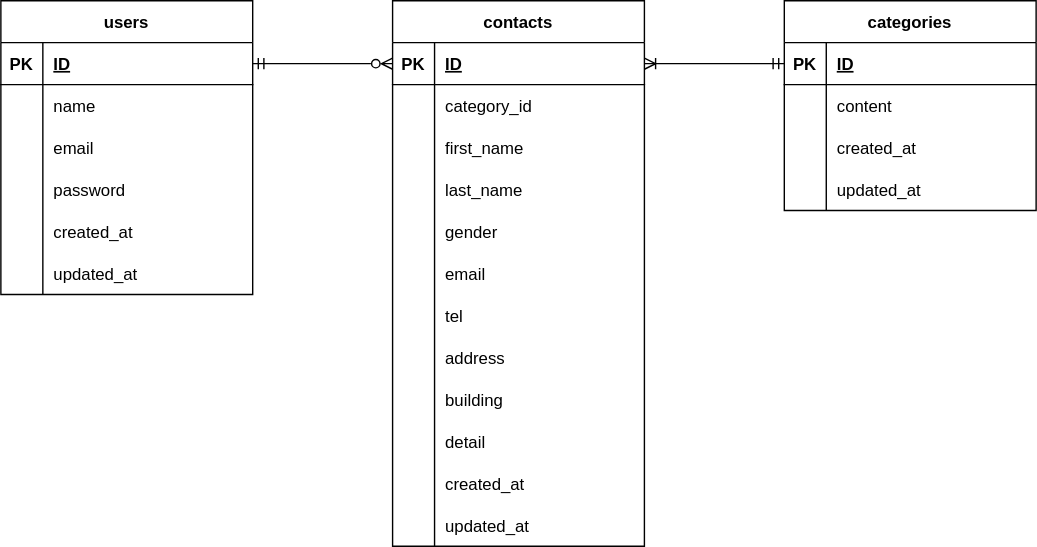
Earlier version of the draw.io export test.drawio.svg (ghshzk/confirmation-test). Source tidied: cells renumbered, new cells last; positions are measured from the earlier drawing's top-left corner, leaving out a move shared by most shapes.
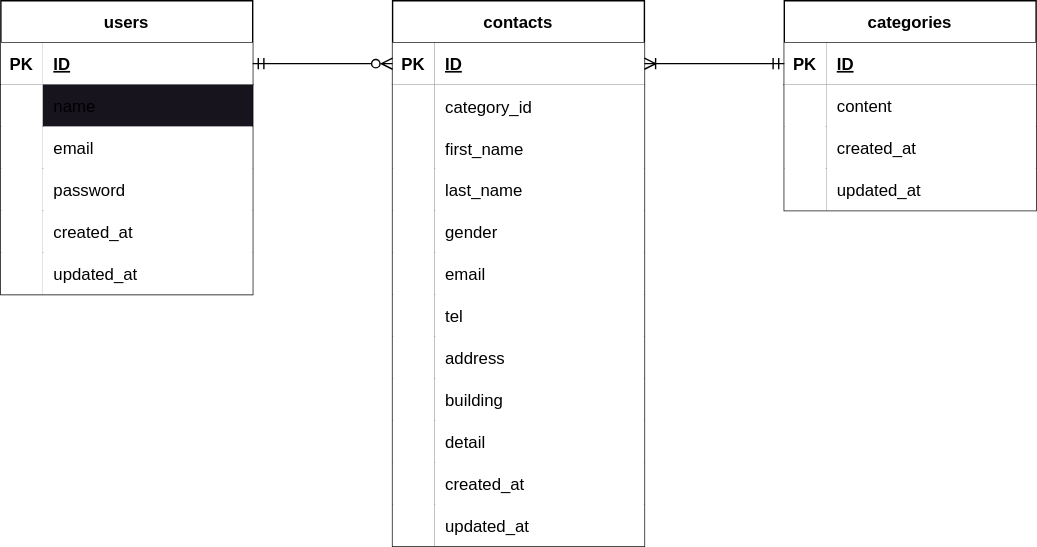
Above is the later version.

Change to the diagram source:
```diff
@@ -8,109 +8,109 @@
     <mxCell id="3" style="shape=tableRow;horizontal=0;startSize=0;swimlaneHead=0;swimlaneBody=0;fillColor=none;points=[[0,0.5],[1,0.5]];portConstraint=eastwest;top=0;left=0;right=0;bottom=1;" parent="2" vertex="1">
       <mxGeometry y="30" width="180" height="30" as="geometry" />
     </mxCell>
-    <mxCell id="4" value="PK" style="shape=partialRectangle;fillColor=none;top=0;left=0;bottom=0;right=0;fontStyle=1;overflow=hidden;" parent="3" vertex="1">
+    <mxCell id="4" value="PK" style="shape=partialRectangle;top=0;left=0;bottom=0;right=0;fontStyle=1;overflow=hidden;" parent="3" vertex="1">
       <mxGeometry width="30" height="30" as="geometry" />
     </mxCell>
-    <mxCell id="5" value="ID" style="shape=partialRectangle;fillColor=none;top=0;left=0;bottom=0;right=0;align=left;spacingLeft=6;fontStyle=5;overflow=hidden;" parent="3" vertex="1">
+    <mxCell id="5" value="ID" style="shape=partialRectangle;top=0;left=0;bottom=0;right=0;align=left;spacingLeft=6;fontStyle=5;overflow=hidden;" parent="3" vertex="1">
       <mxGeometry x="30" width="150" height="30" as="geometry" />
     </mxCell>
     <mxCell id="6" style="shape=tableRow;horizontal=0;startSize=0;swimlaneHead=0;swimlaneBody=0;fillColor=none;top=0;left=0;right=0;bottom=0;" parent="2" vertex="1">
-      <mxGeometry y="60" width="180" height="30" as="geometry" />
+      <mxGeometry y="60" width="180" height="31" as="geometry" />
     </mxCell>
-    <mxCell id="7" style="shape=partialRectangle;fillColor=none;top=0;left=0;bottom=0;right=0;overflow=hidden;" parent="6" vertex="1">
-      <mxGeometry width="30" height="30" as="geometry" />
+    <mxCell id="7" style="shape=partialRectangle;top=0;left=0;bottom=0;right=0;overflow=hidden;" parent="6" vertex="1">
+      <mxGeometry width="30" height="31" as="geometry" />
     </mxCell>
-    <mxCell id="8" value="category_id" style="shape=partialRectangle;fillColor=none;top=0;left=0;bottom=0;right=0;align=left;spacingLeft=6;overflow=hidden;" parent="6" vertex="1">
-      <mxGeometry x="30" width="150" height="30" as="geometry" />
+    <mxCell id="8" value="category_id" style="shape=partialRectangle;top=0;left=0;bottom=0;right=0;align=left;spacingLeft=6;overflow=hidden;" parent="6" vertex="1">
+      <mxGeometry x="30" width="150" height="31" as="geometry" />
     </mxCell>
     <mxCell id="9" style="shape=tableRow;horizontal=0;startSize=0;swimlaneHead=0;swimlaneBody=0;fillColor=none;top=0;left=0;right=0;bottom=0;" parent="2" vertex="1">
-      <mxGeometry y="90" width="180" height="30" as="geometry" />
+      <mxGeometry y="91" width="180" height="29" as="geometry" />
     </mxCell>
-    <mxCell id="10" style="shape=partialRectangle;fillColor=none;top=0;left=0;bottom=0;right=0;overflow=hidden;" parent="9" vertex="1">
-      <mxGeometry width="30" height="30" as="geometry" />
+    <mxCell id="10" style="shape=partialRectangle;top=0;left=0;bottom=0;right=0;overflow=hidden;" parent="9" vertex="1">
+      <mxGeometry width="30" height="29" as="geometry" />
     </mxCell>
-    <mxCell id="11" value="first_name" style="shape=partialRectangle;fillColor=none;top=0;left=0;bottom=0;right=0;align=left;spacingLeft=6;overflow=hidden;" parent="9" vertex="1">
-      <mxGeometry x="30" width="150" height="30" as="geometry" />
+    <mxCell id="11" value="first_name" style="shape=partialRectangle;top=0;left=0;bottom=0;right=0;align=left;spacingLeft=6;overflow=hidden;" parent="9" vertex="1">
+      <mxGeometry x="30" width="150" height="29" as="geometry" />
     </mxCell>
     <mxCell id="12" style="shape=tableRow;horizontal=0;startSize=0;swimlaneHead=0;swimlaneBody=0;fillColor=none;top=0;left=0;right=0;bottom=0;" parent="2" vertex="1">
       <mxGeometry y="120" width="180" height="30" as="geometry" />
     </mxCell>
-    <mxCell id="13" style="shape=partialRectangle;fillColor=none;top=0;left=0;bottom=0;right=0;overflow=hidden;" parent="12" vertex="1">
+    <mxCell id="13" style="shape=partialRectangle;top=0;left=0;bottom=0;right=0;overflow=hidden;" parent="12" vertex="1">
       <mxGeometry width="30" height="30" as="geometry" />
     </mxCell>
-    <mxCell id="14" value="last_name" style="shape=partialRectangle;fillColor=none;top=0;left=0;bottom=0;right=0;align=left;spacingLeft=6;overflow=hidden;" parent="12" vertex="1">
+    <mxCell id="14" value="last_name" style="shape=partialRectangle;top=0;left=0;bottom=0;right=0;align=left;spacingLeft=6;overflow=hidden;" parent="12" vertex="1">
       <mxGeometry x="30" width="150" height="30" as="geometry" />
     </mxCell>
     <mxCell id="15" style="shape=tableRow;horizontal=0;startSize=0;swimlaneHead=0;swimlaneBody=0;fillColor=none;top=0;left=0;right=0;bottom=0;" parent="2" vertex="1">
       <mxGeometry y="150" width="180" height="30" as="geometry" />
     </mxCell>
-    <mxCell id="16" style="shape=partialRectangle;fillColor=none;top=0;left=0;bottom=0;right=0;overflow=hidden;" parent="15" vertex="1">
+    <mxCell id="16" style="shape=partialRectangle;top=0;left=0;bottom=0;right=0;overflow=hidden;" parent="15" vertex="1">
       <mxGeometry width="30" height="30" as="geometry" />
     </mxCell>
-    <mxCell id="17" value="gender" style="shape=partialRectangle;fillColor=none;top=0;left=0;bottom=0;right=0;align=left;spacingLeft=6;overflow=hidden;" parent="15" vertex="1">
+    <mxCell id="17" value="gender" style="shape=partialRectangle;top=0;left=0;bottom=0;right=0;align=left;spacingLeft=6;overflow=hidden;" parent="15" vertex="1">
       <mxGeometry x="30" width="150" height="30" as="geometry" />
     </mxCell>
     <mxCell id="18" style="shape=tableRow;horizontal=0;startSize=0;swimlaneHead=0;swimlaneBody=0;fillColor=none;top=0;left=0;right=0;bottom=0;" parent="2" vertex="1">
       <mxGeometry y="180" width="180" height="30" as="geometry" />
     </mxCell>
-    <mxCell id="19" style="shape=partialRectangle;fillColor=none;top=0;left=0;bottom=0;right=0;overflow=hidden;" parent="18" vertex="1">
+    <mxCell id="19" style="shape=partialRectangle;top=0;left=0;bottom=0;right=0;overflow=hidden;" parent="18" vertex="1">
       <mxGeometry width="30" height="30" as="geometry" />
     </mxCell>
-    <mxCell id="20" value="email" style="shape=partialRectangle;fillColor=none;top=0;left=0;bottom=0;right=0;align=left;spacingLeft=6;overflow=hidden;" parent="18" vertex="1">
+    <mxCell id="20" value="email" style="shape=partialRectangle;top=0;left=0;bottom=0;right=0;align=left;spacingLeft=6;overflow=hidden;" parent="18" vertex="1">
       <mxGeometry x="30" width="150" height="30" as="geometry" />
     </mxCell>
     <mxCell id="21" style="shape=tableRow;horizontal=0;startSize=0;swimlaneHead=0;swimlaneBody=0;fillColor=none;top=0;left=0;right=0;bottom=0;" parent="2" vertex="1">
       <mxGeometry y="210" width="180" height="30" as="geometry" />
     </mxCell>
-    <mxCell id="22" style="shape=partialRectangle;fillColor=none;top=0;left=0;bottom=0;right=0;overflow=hidden;" parent="21" vertex="1">
+    <mxCell id="22" style="shape=partialRectangle;top=0;left=0;bottom=0;right=0;overflow=hidden;" parent="21" vertex="1">
       <mxGeometry width="30" height="30" as="geometry" />
     </mxCell>
-    <mxCell id="23" value="tel" style="shape=partialRectangle;fillColor=none;top=0;left=0;bottom=0;right=0;align=left;spacingLeft=6;overflow=hidden;" parent="21" vertex="1">
+    <mxCell id="23" value="tel" style="shape=partialRectangle;top=0;left=0;bottom=0;right=0;align=left;spacingLeft=6;overflow=hidden;" parent="21" vertex="1">
       <mxGeometry x="30" width="150" height="30" as="geometry" />
     </mxCell>
     <mxCell id="24" style="shape=tableRow;horizontal=0;startSize=0;swimlaneHead=0;swimlaneBody=0;fillColor=none;top=0;left=0;right=0;bottom=0;" parent="2" vertex="1">
       <mxGeometry y="240" width="180" height="30" as="geometry" />
     </mxCell>
-    <mxCell id="25" style="shape=partialRectangle;fillColor=none;top=0;left=0;bottom=0;right=0;overflow=hidden;" parent="24" vertex="1">
+    <mxCell id="25" style="shape=partialRectangle;top=0;left=0;bottom=0;right=0;overflow=hidden;" parent="24" vertex="1">
       <mxGeometry width="30" height="30" as="geometry" />
     </mxCell>
-    <mxCell id="26" value="address" style="shape=partialRectangle;fillColor=none;top=0;left=0;bottom=0;right=0;align=left;spacingLeft=6;overflow=hidden;" parent="24" vertex="1">
+    <mxCell id="26" value="address" style="shape=partialRectangle;top=0;left=0;bottom=0;right=0;align=left;spacingLeft=6;overflow=hidden;" parent="24" vertex="1">
       <mxGeometry x="30" width="150" height="30" as="geometry" />
     </mxCell>
     <mxCell id="27" style="shape=tableRow;horizontal=0;startSize=0;swimlaneHead=0;swimlaneBody=0;fillColor=none;top=0;left=0;right=0;bottom=0;" parent="2" vertex="1">
       <mxGeometry y="270" width="180" height="30" as="geometry" />
     </mxCell>
-    <mxCell id="28" style="shape=partialRectangle;fillColor=none;top=0;left=0;bottom=0;right=0;overflow=hidden;" parent="27" vertex="1">
+    <mxCell id="28" style="shape=partialRectangle;top=0;left=0;bottom=0;right=0;overflow=hidden;" parent="27" vertex="1">
       <mxGeometry width="30" height="30" as="geometry" />
     </mxCell>
-    <mxCell id="29" value="building" style="shape=partialRectangle;fillColor=none;top=0;left=0;bottom=0;right=0;align=left;spacingLeft=6;overflow=hidden;" parent="27" vertex="1">
+    <mxCell id="29" value="building" style="shape=partialRectangle;top=0;left=0;bottom=0;right=0;align=left;spacingLeft=6;overflow=hidden;" parent="27" vertex="1">
       <mxGeometry x="30" width="150" height="30" as="geometry" />
     </mxCell>
     <mxCell id="30" style="shape=tableRow;horizontal=0;startSize=0;swimlaneHead=0;swimlaneBody=0;fillColor=none;top=0;left=0;right=0;bottom=0;" parent="2" vertex="1">
       <mxGeometry y="300" width="180" height="30" as="geometry" />
     </mxCell>
-    <mxCell id="31" style="shape=partialRectangle;fillColor=none;top=0;left=0;bottom=0;right=0;overflow=hidden;" parent="30" vertex="1">
+    <mxCell id="31" style="shape=partialRectangle;top=0;left=0;bottom=0;right=0;overflow=hidden;" parent="30" vertex="1">
       <mxGeometry width="30" height="30" as="geometry" />
     </mxCell>
-    <mxCell id="32" value="detail" style="shape=partialRectangle;fillColor=none;top=0;left=0;bottom=0;right=0;align=left;spacingLeft=6;overflow=hidden;" parent="30" vertex="1">
+    <mxCell id="32" value="detail" style="shape=partialRectangle;top=0;left=0;bottom=0;right=0;align=left;spacingLeft=6;overflow=hidden;" parent="30" vertex="1">
       <mxGeometry x="30" width="150" height="30" as="geometry" />
     </mxCell>
     <mxCell id="33" style="shape=tableRow;horizontal=0;startSize=0;swimlaneHead=0;swimlaneBody=0;fillColor=none;top=0;left=0;right=0;bottom=0;" parent="2" vertex="1">
       <mxGeometry y="330" width="180" height="30" as="geometry" />
     </mxCell>
-    <mxCell id="34" style="shape=partialRectangle;fillColor=none;top=0;left=0;bottom=0;right=0;overflow=hidden;" parent="33" vertex="1">
+    <mxCell id="34" style="shape=partialRectangle;top=0;left=0;bottom=0;right=0;overflow=hidden;" parent="33" vertex="1">
       <mxGeometry width="30" height="30" as="geometry" />
     </mxCell>
-    <mxCell id="35" value="created_at" style="shape=partialRectangle;fillColor=none;top=0;left=0;bottom=0;right=0;align=left;spacingLeft=6;overflow=hidden;" parent="33" vertex="1">
+    <mxCell id="35" value="created_at" style="shape=partialRectangle;top=0;left=0;bottom=0;right=0;align=left;spacingLeft=6;overflow=hidden;" parent="33" vertex="1">
       <mxGeometry x="30" width="150" height="30" as="geometry" />
     </mxCell>
     <mxCell id="36" style="shape=tableRow;horizontal=0;startSize=0;swimlaneHead=0;swimlaneBody=0;fillColor=none;top=0;left=0;right=0;bottom=0;" parent="2" vertex="1">
       <mxGeometry y="360" width="180" height="30" as="geometry" />
     </mxCell>
-    <mxCell id="37" style="shape=partialRectangle;fillColor=none;top=0;left=0;bottom=0;right=0;overflow=hidden;" parent="36" vertex="1">
+    <mxCell id="37" style="shape=partialRectangle;top=0;left=0;bottom=0;right=0;overflow=hidden;" parent="36" vertex="1">
       <mxGeometry width="30" height="30" as="geometry" />
     </mxCell>
-    <mxCell id="38" value="updated_at" style="shape=partialRectangle;fillColor=none;top=0;left=0;bottom=0;right=0;align=left;spacingLeft=6;overflow=hidden;" parent="36" vertex="1">
+    <mxCell id="38" value="updated_at" style="shape=partialRectangle;top=0;left=0;bottom=0;right=0;align=left;spacingLeft=6;overflow=hidden;" parent="36" vertex="1">
       <mxGeometry x="30" width="150" height="30" as="geometry" />
     </mxCell>
     <mxCell id="39" value="users" style="shape=table;startSize=30;rowLines=0;fontStyle=1;align=center;" parent="1" vertex="1">
@@ -119,55 +119,55 @@
     <mxCell id="40" style="shape=tableRow;horizontal=0;startSize=0;swimlaneHead=0;swimlaneBody=0;fillColor=none;points=[[0,0.5],[1,0.5]];portConstraint=eastwest;top=0;left=0;right=0;bottom=1;" parent="39" vertex="1">
       <mxGeometry y="30" width="180" height="30" as="geometry" />
     </mxCell>
-    <mxCell id="41" value="PK" style="shape=partialRectangle;fillColor=none;top=0;left=0;bottom=0;right=0;fontStyle=1;overflow=hidden;" parent="40" vertex="1">
+    <mxCell id="41" value="PK" style="shape=partialRectangle;top=0;left=0;bottom=0;right=0;fontStyle=1;overflow=hidden;" parent="40" vertex="1">
       <mxGeometry width="30" height="30" as="geometry" />
     </mxCell>
-    <mxCell id="42" value="ID" style="shape=partialRectangle;fillColor=none;top=0;left=0;bottom=0;right=0;align=left;spacingLeft=6;fontStyle=5;overflow=hidden;" parent="40" vertex="1">
+    <mxCell id="42" value="ID" style="shape=partialRectangle;top=0;left=0;bottom=0;right=0;align=left;spacingLeft=6;fontStyle=5;overflow=hidden;" parent="40" vertex="1">
       <mxGeometry x="30" width="150" height="30" as="geometry" />
     </mxCell>
     <mxCell id="43" style="shape=tableRow;horizontal=0;startSize=0;swimlaneHead=0;swimlaneBody=0;fillColor=none;top=0;left=0;right=0;bottom=0;" parent="39" vertex="1">
       <mxGeometry y="60" width="180" height="30" as="geometry" />
     </mxCell>
-    <mxCell id="44" style="shape=partialRectangle;fillColor=none;top=0;left=0;bottom=0;right=0;overflow=hidden;" parent="43" vertex="1">
+    <mxCell id="44" style="shape=partialRectangle;top=0;left=0;bottom=0;right=0;overflow=hidden;" parent="43" vertex="1">
       <mxGeometry width="30" height="30" as="geometry" />
     </mxCell>
-    <mxCell id="45" value="name" style="shape=partialRectangle;fillColor=none;top=0;left=0;bottom=0;right=0;align=left;spacingLeft=6;overflow=hidden;" parent="43" vertex="1">
+    <mxCell id="45" value="name" style="shape=partialRectangle;top=0;left=0;bottom=0;right=0;align=left;spacingLeft=6;overflow=hidden;fillColor=#18141D;" parent="43" vertex="1">
       <mxGeometry x="30" width="150" height="30" as="geometry" />
     </mxCell>
     <mxCell id="46" style="shape=tableRow;horizontal=0;startSize=0;swimlaneHead=0;swimlaneBody=0;fillColor=none;top=0;left=0;right=0;bottom=0;" parent="39" vertex="1">
       <mxGeometry y="90" width="180" height="30" as="geometry" />
     </mxCell>
-    <mxCell id="47" style="shape=partialRectangle;fillColor=none;top=0;left=0;bottom=0;right=0;overflow=hidden;" parent="46" vertex="1">
+    <mxCell id="47" style="shape=partialRectangle;top=0;left=0;bottom=0;right=0;overflow=hidden;" parent="46" vertex="1">
       <mxGeometry width="30" height="30" as="geometry" />
     </mxCell>
-    <mxCell id="48" value="email" style="shape=partialRectangle;fillColor=none;top=0;left=0;bottom=0;right=0;align=left;spacingLeft=6;overflow=hidden;" parent="46" vertex="1">
+    <mxCell id="48" value="email" style="shape=partialRectangle;top=0;left=0;bottom=0;right=0;align=left;spacingLeft=6;overflow=hidden;" parent="46" vertex="1">
       <mxGeometry x="30" width="150" height="30" as="geometry" />
     </mxCell>
     <mxCell id="49" style="shape=tableRow;horizontal=0;startSize=0;swimlaneHead=0;swimlaneBody=0;fillColor=none;top=0;left=0;right=0;bottom=0;" parent="39" vertex="1">
       <mxGeometry y="120" width="180" height="30" as="geometry" />
     </mxCell>
-    <mxCell id="50" style="shape=partialRectangle;fillColor=none;top=0;left=0;bottom=0;right=0;overflow=hidden;" parent="49" vertex="1">
+    <mxCell id="50" style="shape=partialRectangle;top=0;left=0;bottom=0;right=0;overflow=hidden;" parent="49" vertex="1">
       <mxGeometry width="30" height="30" as="geometry" />
     </mxCell>
-    <mxCell id="51" value="password" style="shape=partialRectangle;fillColor=none;top=0;left=0;bottom=0;right=0;align=left;spacingLeft=6;overflow=hidden;" parent="49" vertex="1">
+    <mxCell id="51" value="password" style="shape=partialRectangle;top=0;left=0;bottom=0;right=0;align=left;spacingLeft=6;overflow=hidden;" parent="49" vertex="1">
       <mxGeometry x="30" width="150" height="30" as="geometry" />
     </mxCell>
     <mxCell id="52" style="shape=tableRow;horizontal=0;startSize=0;swimlaneHead=0;swimlaneBody=0;fillColor=none;top=0;left=0;right=0;bottom=0;" parent="39" vertex="1">
       <mxGeometry y="150" width="180" height="30" as="geometry" />
     </mxCell>
-    <mxCell id="53" style="shape=partialRectangle;fillColor=none;top=0;left=0;bottom=0;right=0;overflow=hidden;" parent="52" vertex="1">
+    <mxCell id="53" style="shape=partialRectangle;top=0;left=0;bottom=0;right=0;overflow=hidden;" parent="52" vertex="1">
       <mxGeometry width="30" height="30" as="geometry" />
     </mxCell>
-    <mxCell id="54" value="created_at" style="shape=partialRectangle;fillColor=none;top=0;left=0;bottom=0;right=0;align=left;spacingLeft=6;overflow=hidden;" parent="52" vertex="1">
+    <mxCell id="54" value="created_at" style="shape=partialRectangle;top=0;left=0;bottom=0;right=0;align=left;spacingLeft=6;overflow=hidden;" parent="52" vertex="1">
       <mxGeometry x="30" width="150" height="30" as="geometry" />
     </mxCell>
     <mxCell id="55" style="shape=tableRow;horizontal=0;startSize=0;swimlaneHead=0;swimlaneBody=0;fillColor=none;top=0;left=0;right=0;bottom=0;" parent="39" vertex="1">
       <mxGeometry y="180" width="180" height="30" as="geometry" />
     </mxCell>
-    <mxCell id="56" style="shape=partialRectangle;fillColor=none;top=0;left=0;bottom=0;right=0;overflow=hidden;" parent="55" vertex="1">
+    <mxCell id="56" style="shape=partialRectangle;top=0;left=0;bottom=0;right=0;overflow=hidden;" parent="55" vertex="1">
       <mxGeometry width="30" height="30" as="geometry" />
     </mxCell>
-    <mxCell id="57" value="updated_at" style="shape=partialRectangle;fillColor=none;top=0;left=0;bottom=0;right=0;align=left;spacingLeft=6;overflow=hidden;" parent="55" vertex="1">
+    <mxCell id="57" value="updated_at" style="shape=partialRectangle;top=0;left=0;bottom=0;right=0;align=left;spacingLeft=6;overflow=hidden;" parent="55" vertex="1">
       <mxGeometry x="30" width="150" height="30" as="geometry" />
     </mxCell>
     <mxCell id="58" value="categories" style="shape=table;startSize=30;rowLines=0;fontStyle=1;align=center;" parent="1" vertex="1">
@@ -176,37 +176,37 @@
     <mxCell id="59" style="shape=tableRow;horizontal=0;startSize=0;swimlaneHead=0;swimlaneBody=0;fillColor=none;points=[[0,0.5],[1,0.5]];portConstraint=eastwest;top=0;left=0;right=0;bottom=1;" parent="58" vertex="1">
       <mxGeometry y="30" width="180" height="30" as="geometry" />
     </mxCell>
-    <mxCell id="60" value="PK" style="shape=partialRectangle;fillColor=none;top=0;left=0;bottom=0;right=0;fontStyle=1;overflow=hidden;" parent="59" vertex="1">
+    <mxCell id="60" value="PK" style="shape=partialRectangle;top=0;left=0;bottom=0;right=0;fontStyle=1;overflow=hidden;" parent="59" vertex="1">
       <mxGeometry width="30" height="30" as="geometry" />
     </mxCell>
-    <mxCell id="61" value="ID" style="shape=partialRectangle;fillColor=none;top=0;left=0;bottom=0;right=0;align=left;spacingLeft=6;fontStyle=5;overflow=hidden;" parent="59" vertex="1">
+    <mxCell id="61" value="ID" style="shape=partialRectangle;top=0;left=0;bottom=0;right=0;align=left;spacingLeft=6;fontStyle=5;overflow=hidden;" parent="59" vertex="1">
       <mxGeometry x="30" width="150" height="30" as="geometry" />
     </mxCell>
     <mxCell id="62" style="shape=tableRow;horizontal=0;startSize=0;swimlaneHead=0;swimlaneBody=0;fillColor=none;top=0;left=0;right=0;bottom=0;" parent="58" vertex="1">
       <mxGeometry y="60" width="180" height="30" as="geometry" />
     </mxCell>
-    <mxCell id="63" style="shape=partialRectangle;fillColor=none;top=0;left=0;bottom=0;right=0;overflow=hidden;" parent="62" vertex="1">
+    <mxCell id="63" style="shape=partialRectangle;top=0;left=0;bottom=0;right=0;overflow=hidden;" parent="62" vertex="1">
       <mxGeometry width="30" height="30" as="geometry" />
     </mxCell>
-    <mxCell id="64" value="content" style="shape=partialRectangle;fillColor=none;top=0;left=0;bottom=0;right=0;align=left;spacingLeft=6;overflow=hidden;" parent="62" vertex="1">
+    <mxCell id="64" value="content" style="shape=partialRectangle;top=0;left=0;bottom=0;right=0;align=left;spacingLeft=6;overflow=hidden;" parent="62" vertex="1">
       <mxGeometry x="30" width="150" height="30" as="geometry" />
     </mxCell>
     <mxCell id="65" style="shape=tableRow;horizontal=0;startSize=0;swimlaneHead=0;swimlaneBody=0;fillColor=none;top=0;left=0;right=0;bottom=0;" parent="58" vertex="1">
       <mxGeometry y="90" width="180" height="30" as="geometry" />
     </mxCell>
-    <mxCell id="66" style="shape=partialRectangle;fillColor=none;top=0;left=0;bottom=0;right=0;overflow=hidden;" parent="65" vertex="1">
+    <mxCell id="66" style="shape=partialRectangle;top=0;left=0;bottom=0;right=0;overflow=hidden;" parent="65" vertex="1">
       <mxGeometry width="30" height="30" as="geometry" />
     </mxCell>
-    <mxCell id="67" value="created_at" style="shape=partialRectangle;fillColor=none;top=0;left=0;bottom=0;right=0;align=left;spacingLeft=6;overflow=hidden;" parent="65" vertex="1">
+    <mxCell id="67" value="created_at" style="shape=partialRectangle;top=0;left=0;bottom=0;right=0;align=left;spacingLeft=6;overflow=hidden;" parent="65" vertex="1">
       <mxGeometry x="30" width="150" height="30" as="geometry" />
     </mxCell>
     <mxCell id="68" style="shape=tableRow;horizontal=0;startSize=0;swimlaneHead=0;swimlaneBody=0;fillColor=none;top=0;left=0;right=0;bottom=0;" parent="58" vertex="1">
       <mxGeometry y="120" width="180" height="30" as="geometry" />
     </mxCell>
-    <mxCell id="69" style="shape=partialRectangle;fillColor=none;top=0;left=0;bottom=0;right=0;overflow=hidden;" parent="68" vertex="1">
+    <mxCell id="69" style="shape=partialRectangle;top=0;left=0;bottom=0;right=0;overflow=hidden;" parent="68" vertex="1">
       <mxGeometry width="30" height="30" as="geometry" />
     </mxCell>
-    <mxCell id="70" value="updated_at" style="shape=partialRectangle;fillColor=none;top=0;left=0;bottom=0;right=0;align=left;spacingLeft=6;overflow=hidden;" parent="68" vertex="1">
+    <mxCell id="70" value="updated_at" style="shape=partialRectangle;top=0;left=0;bottom=0;right=0;align=left;spacingLeft=6;overflow=hidden;" parent="68" vertex="1">
       <mxGeometry x="30" width="150" height="30" as="geometry" />
     </mxCell>
     <mxCell id="71" style="edgeStyle=none;html=1;exitX=1;exitY=0.5;exitDx=0;exitDy=0;entryX=0;entryY=0.5;entryDx=0;entryDy=0;startArrow=ERoneToMany;startFill=0;endArrow=ERmandOne;endFill=0;" parent="1" edge="1" source="3" target="59">
```
